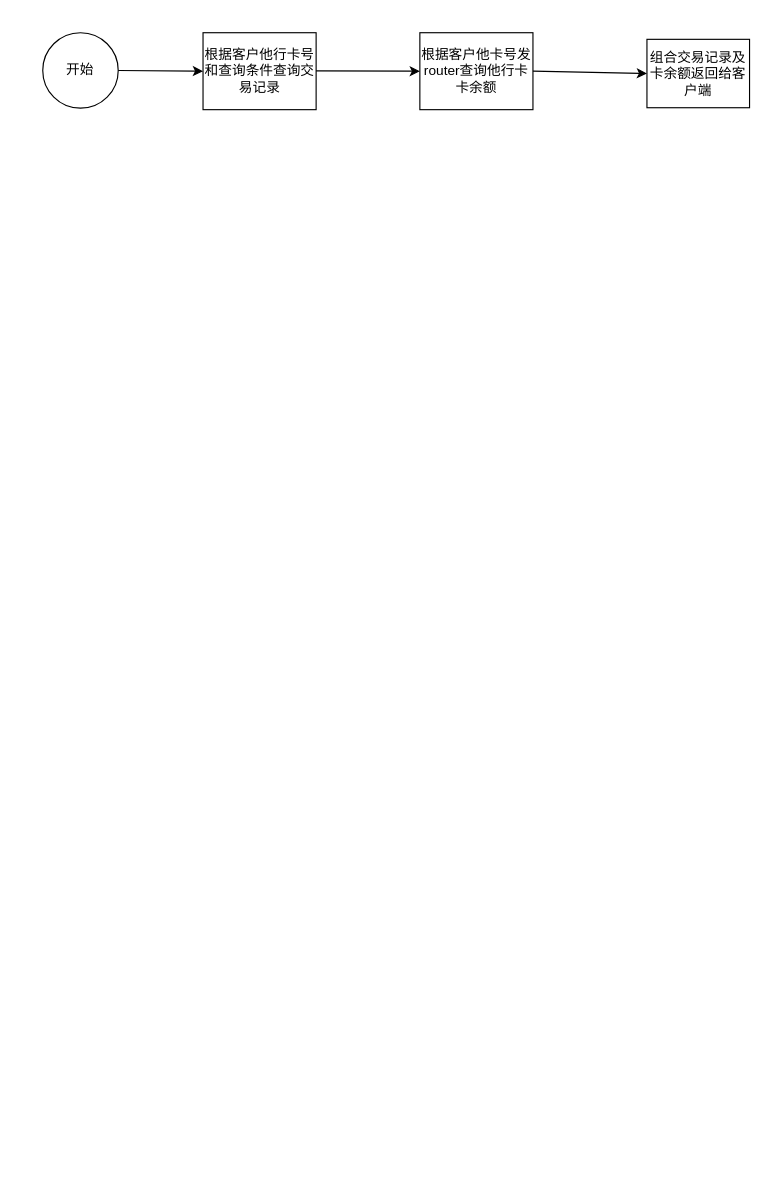
Earlier version of the draw.io diagram page "Page-2" (2 of 3) of Untitled Diagram.drawio (xianyuenan/Testgit). Source tidied: cells renumbered, new cells numbered last; positions are measured from the earlier drawing's top-left corner, leaving out a move shared by most shapes. Both pictures are drawn from the tidied source at 114%, with x=0, y=0 at pixel (42, 19).
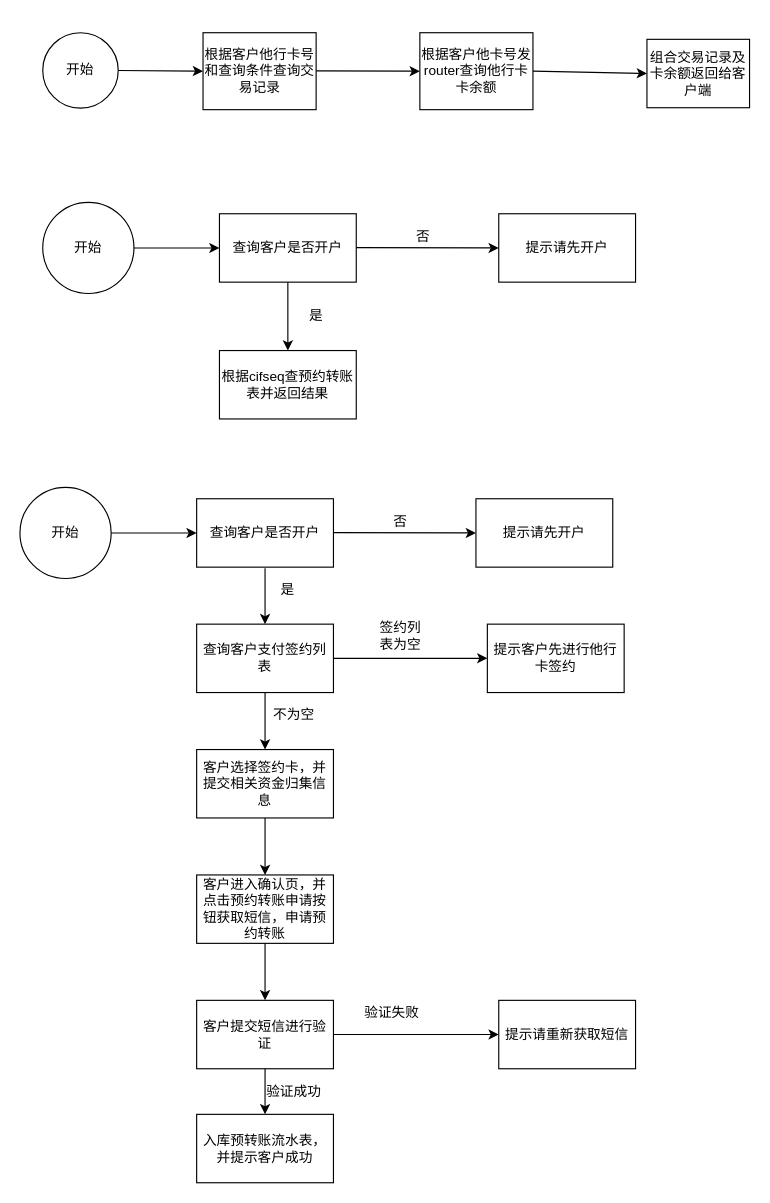
The same page after the edit.

Change to the diagram source:
```diff
@@
+    <mxCell id="10" value="开始" style="ellipse;whiteSpace=wrap;html=1;" parent="1" vertex="1">
+      <mxGeometry y="160" width="80" height="80" as="geometry" />
+    </mxCell>
+    <mxCell id="11" value="查询客户是否开户" style="rounded=0;whiteSpace=wrap;html=1;" parent="1" vertex="1">
+      <mxGeometry x="155" y="170" width="120" height="60" as="geometry" />
+    </mxCell>
+    <mxCell id="12" value="根据cifseq查预约转账表并返回结果" style="rounded=0;whiteSpace=wrap;html=1;" parent="1" vertex="1">
+      <mxGeometry x="155" y="290" width="120" height="60" as="geometry" />
+    </mxCell>
+    <mxCell id="13" value="提示请先开户" style="rounded=0;whiteSpace=wrap;html=1;" parent="1" vertex="1">
+      <mxGeometry x="400" y="170" width="120" height="60" as="geometry" />
+    </mxCell>
+    <mxCell id="14" style="endArrow=classic;html=1;exitX=1;exitY=0.5;exitDx=0;exitDy=0;entryX=0;entryY=0.5;entryDx=0;entryDy=0;" parent="1" edge="1" source="10" target="11">
+      <mxGeometry relative="1" as="geometry" />
+    </mxCell>
+    <mxCell id="15" style="endArrow=classic;html=1;exitX=1;exitY=0.5;exitDx=0;exitDy=0;entryX=0;entryY=0.5;entryDx=0;entryDy=0;" parent="1" edge="1" target="13">
+      <mxGeometry relative="1" as="geometry">
+        <mxPoint x="275" y="199.7" as="sourcePoint" />
+      </mxGeometry>
+    </mxCell>
+    <mxCell id="16" value="否" style="text;html=1;strokeColor=none;fillColor=none;align=center;verticalAlign=middle;whiteSpace=wrap;rounded=0;" parent="1" vertex="1">
+      <mxGeometry x="314" y="180" width="40" height="20" as="geometry" />
+    </mxCell>
+    <mxCell id="17" style="endArrow=classic;html=1;exitX=0.5;exitY=1;exitDx=0;exitDy=0;entryX=0.5;entryY=0;entryDx=0;entryDy=0;" parent="1" edge="1" source="11" target="12">
+      <mxGeometry relative="1" as="geometry">
+        <Array as="points">
+          <mxPoint x="215" y="260" />
+        </Array>
+      </mxGeometry>
+    </mxCell>
+    <mxCell id="18" value="是" style="text;html=1;strokeColor=none;fillColor=none;align=center;verticalAlign=middle;whiteSpace=wrap;rounded=0;" parent="1" vertex="1">
+      <mxGeometry x="220" y="250" width="40" height="20" as="geometry" />
+    </mxCell>
+    <mxCell id="19" value="开始" style="ellipse;whiteSpace=wrap;html=1;" parent="1" vertex="1">
+      <mxGeometry x="-20" y="410" width="80" height="80" as="geometry" />
+    </mxCell>
+    <mxCell id="20" value="查询客户是否开户" style="rounded=0;whiteSpace=wrap;html=1;" parent="1" vertex="1">
+      <mxGeometry x="135" y="420" width="120" height="60" as="geometry" />
+    </mxCell>
+    <mxCell id="21" value="提示请先开户" style="rounded=0;whiteSpace=wrap;html=1;" parent="1" vertex="1">
+      <mxGeometry x="380" y="420" width="120" height="60" as="geometry" />
+    </mxCell>
+    <mxCell id="22" style="endArrow=classic;html=1;exitX=1;exitY=0.5;exitDx=0;exitDy=0;entryX=0;entryY=0.5;entryDx=0;entryDy=0;" parent="1" edge="1" source="19" target="20">
+      <mxGeometry relative="1" as="geometry" />
+    </mxCell>
+    <mxCell id="23" style="endArrow=classic;html=1;exitX=1;exitY=0.5;exitDx=0;exitDy=0;entryX=0;entryY=0.5;entryDx=0;entryDy=0;" parent="1" edge="1" target="21">
+      <mxGeometry relative="1" as="geometry">
+        <mxPoint x="255" y="449.7" as="sourcePoint" />
+      </mxGeometry>
+    </mxCell>
+    <mxCell id="24" value="否" style="text;html=1;strokeColor=none;fillColor=none;align=center;verticalAlign=middle;whiteSpace=wrap;rounded=0;" parent="1" vertex="1">
+      <mxGeometry x="294" y="430" width="40" height="20" as="geometry" />
+    </mxCell>
+    <mxCell id="25" value="是" style="text;html=1;strokeColor=none;fillColor=none;align=center;verticalAlign=middle;whiteSpace=wrap;rounded=0;" parent="1" vertex="1">
+      <mxGeometry x="195" y="490" width="40" height="20" as="geometry" />
+    </mxCell>
+    <mxCell id="26" value="查询客户支付签约列表" style="rounded=0;whiteSpace=wrap;html=1;" parent="1" vertex="1">
+      <mxGeometry x="135" y="530" width="120" height="60" as="geometry" />
+    </mxCell>
+    <mxCell id="27" style="endArrow=classic;html=1;entryX=0.5;entryY=0;entryDx=0;entryDy=0;" parent="1" edge="1" target="26">
+      <mxGeometry relative="1" as="geometry">
+        <mxPoint x="195" y="481" as="sourcePoint" />
+      </mxGeometry>
+    </mxCell>
+    <mxCell id="28" value="提示客户先进行他行卡签约" style="rounded=0;whiteSpace=wrap;html=1;" parent="1" vertex="1">
+      <mxGeometry x="390" y="530" width="120" height="60" as="geometry" />
+    </mxCell>
+    <mxCell id="29" style="endArrow=classic;html=1;exitX=1;exitY=0.5;exitDx=0;exitDy=0;entryX=0;entryY=0.5;entryDx=0;entryDy=0;" parent="1" edge="1" source="26" target="28">
+      <mxGeometry relative="1" as="geometry" />
+    </mxCell>
+    <mxCell id="30" value="签约列表为空" style="text;html=1;strokeColor=none;fillColor=none;align=center;verticalAlign=middle;whiteSpace=wrap;rounded=0;" parent="1" vertex="1">
+      <mxGeometry x="294" y="530" width="40" height="20" as="geometry" />
+    </mxCell>
+    <mxCell id="31" value="客户选择签约卡，并提交相关资金归集信息" style="rounded=0;whiteSpace=wrap;html=1;" parent="1" vertex="1">
+      <mxGeometry x="135" y="640" width="120" height="60" as="geometry" />
+    </mxCell>
+    <mxCell id="32" style="endArrow=classic;html=1;exitX=0.5;exitY=1;exitDx=0;exitDy=0;entryX=0.5;entryY=0;entryDx=0;entryDy=0;" parent="1" edge="1" source="26" target="31">
+      <mxGeometry relative="1" as="geometry" />
+    </mxCell>
+    <mxCell id="33" value="不为空" style="text;html=1;align=center;verticalAlign=middle;" parent="1" vertex="1">
+      <mxGeometry x="195" y="600" width="50" height="20" as="geometry" />
+    </mxCell>
+    <mxCell id="34" value="客户进入确认页，并点击预约转账申请按钮获取短信，申请预约转账" style="rounded=0;whiteSpace=wrap;html=1;" parent="1" vertex="1">
+      <mxGeometry x="135" y="750" width="120" height="60" as="geometry" />
+    </mxCell>
+    <mxCell id="35" style="endArrow=classic;html=1;exitX=0.5;exitY=1;exitDx=0;exitDy=0;entryX=0.5;entryY=0;entryDx=0;entryDy=0;" parent="1" edge="1" source="31" target="34">
+      <mxGeometry relative="1" as="geometry" />
+    </mxCell>
+    <mxCell id="36" value="客户提交短信进行验证" style="rounded=0;whiteSpace=wrap;html=1;" parent="1" vertex="1">
+      <mxGeometry x="135" y="860" width="120" height="60" as="geometry" />
+    </mxCell>
+    <mxCell id="37" style="endArrow=classic;html=1;exitX=0.5;exitY=1;exitDx=0;exitDy=0;entryX=0.5;entryY=0;entryDx=0;entryDy=0;" parent="1" edge="1" source="34" target="36">
+      <mxGeometry relative="1" as="geometry" />
+    </mxCell>
+    <mxCell id="38" value="提示请重新获取短信" style="rounded=0;whiteSpace=wrap;html=1;" parent="1" vertex="1">
+      <mxGeometry x="400" y="860" width="120" height="60" as="geometry" />
+    </mxCell>
+    <mxCell id="39" style="endArrow=classic;html=1;exitX=1;exitY=0.5;exitDx=0;exitDy=0;entryX=0;entryY=0.5;entryDx=0;entryDy=0;" parent="1" edge="1" source="36" target="38">
+      <mxGeometry relative="1" as="geometry" />
+    </mxCell>
+    <mxCell id="40" value="验证失败" style="text;html=1;align=center;verticalAlign=middle;" parent="1" vertex="1">
+      <mxGeometry x="276" y="861" width="60" height="20" as="geometry" />
+    </mxCell>
+    <mxCell id="41" value="入库预转账流水表，并提示客户成功" style="rounded=0;whiteSpace=wrap;html=1;" parent="1" vertex="1">
+      <mxGeometry x="135" y="960" width="120" height="60" as="geometry" />
+    </mxCell>
+    <mxCell id="42" style="endArrow=classic;html=1;exitX=0.5;exitY=1;exitDx=0;exitDy=0;entryX=0.5;entryY=0;entryDx=0;entryDy=0;" parent="1" edge="1" source="36" target="41">
+      <mxGeometry relative="1" as="geometry" />
+    </mxCell>
+    <mxCell id="43" value="验证成功" style="text;html=1;align=center;verticalAlign=middle;" parent="1" vertex="1">
+      <mxGeometry x="190" y="930" width="60" height="20" as="geometry" />
+    </mxCell>
```
